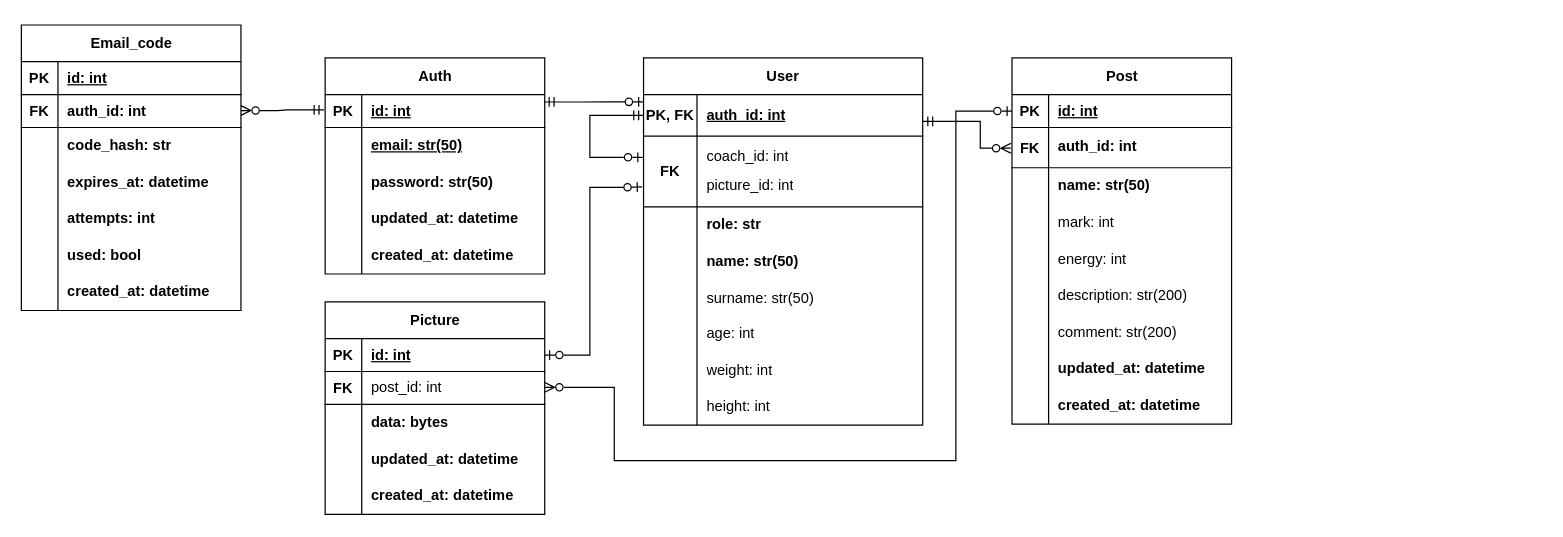
Above: backend/arch/er.drawio in geeno16/mealcoach (draw.io), before the change. Source tidied: cells renumbered, new cells numbered last; positions are measured from the earlier drawing's top-left corner, leaving out a move shared by most shapes. Both pictures are drawn from the tidied source at 122%, with x=0, y=0 at pixel (21, 24).
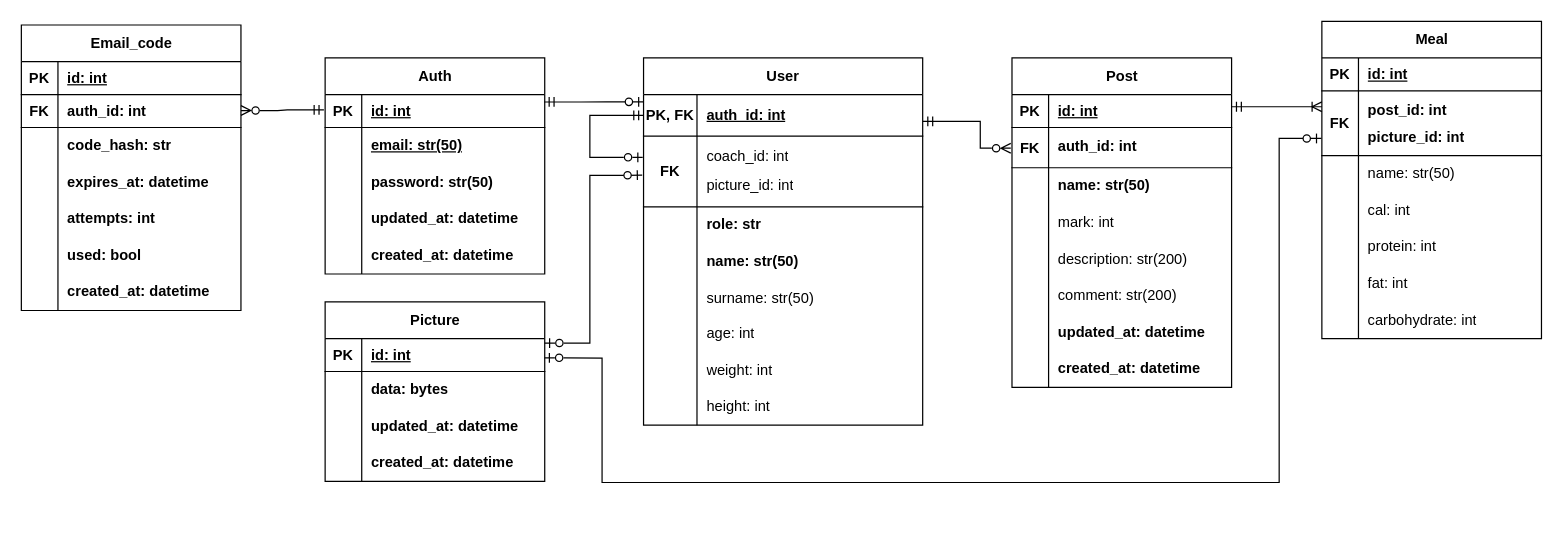
Above is the later version.

The change refers to these unchanged cells:
```xml
<mxCell id="22" style="shape=tableRow;horizontal=0;startSize=0;swimlaneHead=0;swimlaneBody=0;fillColor=none;points=[[0,0.5],[1,0.5]];portConstraint=eastwest;top=0;left=0;right=0;bottom=1;" parent="18" vertex="1">
  <mxGeometry y="64" width="228.8" height="58" as="geometry" />
</mxCell>
<mxCell id="46" style="shape=tableRow;horizontal=0;startSize=0;swimlaneHead=0;swimlaneBody=0;fillColor=none;points=[[0,0.5],[1,0.5]];portConstraint=eastwest;top=0;left=0;right=0;bottom=1;" parent="45" vertex="1">
  <mxGeometry y="30" width="180" height="27" as="geometry" />
</mxCell>
<mxCell id="77" style="shape=tableRow;horizontal=0;startSize=0;swimlaneHead=0;swimlaneBody=0;fillColor=none;points=[[0,0.5],[1,0.5]];portConstraint=eastwest;top=0;left=0;right=0;bottom=1;" parent="76" vertex="1">
  <mxGeometry y="30" width="180" height="27" as="geometry" />
</mxCell>
```

Diff of the diagram source:
```diff
@@
     <mxCell id="45" value="Post" style="shape=table;startSize=30;childLayout=tableLayout;rowLines=0;fontStyle=1;align=center;html=1;fillColor=none;" parent="1" vertex="1">
-      <mxGeometry x="812" y="27" width="180" height="300.1" as="geometry" />
+      <mxGeometry x="812" y="27" width="180" height="270.1" as="geometry" />
     </mxCell>
@@
-    <mxCell id="58" style="shape=tableRow;horizontal=0;startSize=0;swimlaneHead=0;swimlaneBody=0;fillColor=none;top=0;left=0;right=0;bottom=0;" parent="45" vertex="1">
-      <mxGeometry y="150" width="180" height="30" as="geometry" />
-    </mxCell>
-    <mxCell id="59" style="shape=partialRectangle;fillColor=none;top=0;left=0;bottom=0;right=0;overflow=hidden;whiteSpace=wrap;html=1;" parent="58" vertex="1">
-      <mxGeometry width="30" height="30" as="geometry" />
-    </mxCell>
-    <mxCell id="60" value="&lt;span style=&quot;caret-color: rgb(0, 0, 0); color: rgb(0, 0, 0); font-family: Helvetica; font-size: 12px; font-style: normal; font-variant-caps: normal; letter-spacing: normal; orphans: 2; text-align: left; text-indent: 0px; text-transform: none; white-space: normal; widows: 2; word-spacing: 0px; -webkit-text-stroke-width: 0px; text-decoration: none; float: none; display: inline !important;&quot;&gt;energy: int&lt;/span&gt;" style="shape=partialRectangle;fillColor=none;top=0;left=0;bottom=0;right=0;align=left;spacingLeft=6;overflow=hidden;whiteSpace=wrap;html=1;" parent="58" vertex="1">
-      <mxGeometry x="30" width="150" height="30" as="geometry" />
-    </mxCell>
     <mxCell id="61" style="shape=tableRow;horizontal=0;startSize=0;swimlaneHead=0;swimlaneBody=0;fillColor=none;top=0;left=0;right=0;bottom=0;" parent="45" vertex="1">
-      <mxGeometry y="180" width="180" height="30" as="geometry" />
+      <mxGeometry y="150" width="180" height="30" as="geometry" />
     </mxCell>
@@
     <mxCell id="64" style="shape=tableRow;horizontal=0;startSize=0;swimlaneHead=0;swimlaneBody=0;fillColor=none;top=0;left=0;right=0;bottom=0;" parent="45" vertex="1">
-      <mxGeometry y="210" width="180" height="30" as="geometry" />
+      <mxGeometry y="180" width="180" height="30" as="geometry" />
     </mxCell>
@@
     <mxCell id="67" style="shape=tableRow;horizontal=0;startSize=0;swimlaneHead=0;swimlaneBody=0;fillColor=none;top=0;left=0;right=0;bottom=0;" parent="45" vertex="1">
-      <mxGeometry y="240" width="180" height="30" as="geometry" />
+      <mxGeometry y="210" width="180" height="30" as="geometry" />
     </mxCell>
@@
     <mxCell id="70" style="shape=tableRow;horizontal=0;startSize=0;swimlaneHead=0;swimlaneBody=0;fillColor=none;top=0;left=0;right=0;bottom=0;" parent="45" vertex="1">
-      <mxGeometry y="270" width="180" height="30" as="geometry" />
+      <mxGeometry y="240" width="180" height="30" as="geometry" />
     </mxCell>
@@
     <mxCell id="76" value="Picture" style="shape=table;startSize=30;childLayout=tableLayout;rowLines=0;fontStyle=1;align=center;html=1;fillColor=none;" parent="1" vertex="1">
-      <mxGeometry x="249" y="227" width="180" height="174.1" as="geometry" />
+      <mxGeometry x="249" y="227" width="180" height="147.1" as="geometry" />
     </mxCell>
@@
-    <mxCell id="80" style="shape=tableRow;horizontal=0;startSize=0;swimlaneHead=0;swimlaneBody=0;fillColor=none;top=0;left=0;right=0;bottom=1;" parent="76" vertex="1">
-      <mxGeometry y="57" width="180" height="27" as="geometry" />
-    </mxCell>
-    <mxCell id="81" value="FK" style="shape=partialRectangle;fillColor=none;top=0;left=0;bottom=0;right=0;fontStyle=1;overflow=hidden;whiteSpace=wrap;html=1;" parent="80" vertex="1">
-      <mxGeometry width="30" height="27" as="geometry" />
-    </mxCell>
-    <mxCell id="82" style="shape=partialRectangle;fillColor=none;top=0;left=0;bottom=0;right=0;align=left;spacingLeft=6;fontStyle=5;overflow=hidden;whiteSpace=wrap;html=1;" parent="80" vertex="1">
-      <mxGeometry x="30" width="150" height="27" as="geometry" />
-    </mxCell>
     <mxCell id="83" style="shape=tableRow;horizontal=0;startSize=0;swimlaneHead=0;swimlaneBody=0;fillColor=none;top=0;left=0;right=0;bottom=0;" parent="76" vertex="1">
-      <mxGeometry y="84" width="180" height="30" as="geometry" />
+      <mxGeometry y="57" width="180" height="30" as="geometry" />
     </mxCell>
@@
     <mxCell id="86" style="shape=tableRow;horizontal=0;startSize=0;swimlaneHead=0;swimlaneBody=0;fillColor=none;top=0;left=0;right=0;bottom=0;" parent="76" vertex="1">
-      <mxGeometry y="114" width="180" height="30" as="geometry" />
+      <mxGeometry y="87" width="180" height="30" as="geometry" />
     </mxCell>
@@
     <mxCell id="89" style="shape=tableRow;horizontal=0;startSize=0;swimlaneHead=0;swimlaneBody=0;fillColor=none;top=0;left=0;right=0;bottom=0;" parent="76" vertex="1">
-      <mxGeometry y="144" width="180" height="30" as="geometry" />
+      <mxGeometry y="117" width="180" height="30" as="geometry" />
     </mxCell>
@@
-    <mxCell id="93" style="edgeStyle=orthogonalEdgeStyle;fontSize=12;html=1;endArrow=ERzeroToOne;endFill=1;rounded=0;startArrow=ERzeroToOne;startFill=0;entryX=-0.005;entryY=0.72;entryDx=0;entryDy=0;entryPerimeter=0;exitX=1;exitY=0.5;exitDx=0;exitDy=0;" parent="1" edge="1" source="77" target="22">
+    <mxCell id="93" style="edgeStyle=orthogonalEdgeStyle;fontSize=12;html=1;endArrow=ERzeroToOne;endFill=1;rounded=0;startArrow=ERzeroToOne;startFill=0;entryX=-0.005;entryY=0.72;entryDx=0;entryDy=0;entryPerimeter=0;exitX=1;exitY=0.5;exitDx=0;exitDy=0;" parent="1" edge="1">
       <mxGeometry relative="1" as="geometry">
+        <mxPoint x="429" y="260.7" as="sourcePoint" />
+        <mxPoint x="508.9" y="123" as="targetPoint" />
         <Array as="points">
-          <mxPoint x="466" y="271" />
-          <mxPoint x="466" y="133" />
-          <mxPoint x="496" y="133" />
+          <mxPoint x="466" y="261.2" />
+          <mxPoint x="466" y="123.2" />
+          <mxPoint x="496" y="123.2" />
         </Array>
       </mxGeometry>
     </mxCell>
-    <mxCell id="94" value="post_id: int" style="shape=partialRectangle;fillColor=none;top=0;left=0;bottom=0;right=0;align=left;spacingLeft=6;overflow=hidden;whiteSpace=wrap;html=1;" parent="1" vertex="1">
-      <mxGeometry x="279" y="287" width="150" height="20" as="geometry" />
-    </mxCell>
-    <mxCell id="95" style="edgeStyle=orthogonalEdgeStyle;fontSize=12;html=1;endArrow=ERzeroToMany;endFill=0;rounded=0;startArrow=ERzeroToOne;startFill=0;exitX=0;exitY=0.5;exitDx=0;exitDy=0;" parent="1" edge="1" source="46">
-      <mxGeometry relative="1" as="geometry">
-        <mxPoint x="429" y="297" as="targetPoint" />
-        <Array as="points">
-          <mxPoint x="766" y="70" />
-          <mxPoint x="766" y="357" />
-          <mxPoint x="486" y="357" />
-          <mxPoint x="486" y="297" />
-        </Array>
-      </mxGeometry>
-    </mxCell>
@@
+    <mxCell id="121" value="Meal" style="shape=table;startSize=30;childLayout=tableLayout;rowLines=0;fontStyle=1;align=center;html=1;fillColor=none;" parent="1" vertex="1">
+      <mxGeometry x="1066" y="-3" width="180" height="260.1" as="geometry" />
+    </mxCell>
+    <mxCell id="122" style="shape=tableRow;horizontal=0;startSize=0;swimlaneHead=0;swimlaneBody=0;fillColor=none;top=0;left=0;right=0;bottom=1;" parent="121" vertex="1">
+      <mxGeometry y="30" width="180" height="27" as="geometry" />
+    </mxCell>
+    <mxCell id="123" value="PK" style="shape=partialRectangle;fillColor=none;top=0;left=0;bottom=0;right=0;fontStyle=1;overflow=hidden;whiteSpace=wrap;html=1;" parent="122" vertex="1">
+      <mxGeometry width="30" height="27" as="geometry" />
+    </mxCell>
+    <mxCell id="124" value="id: int" style="shape=partialRectangle;fillColor=none;top=0;left=0;bottom=0;right=0;align=left;spacingLeft=6;fontStyle=5;overflow=hidden;whiteSpace=wrap;html=1;" parent="122" vertex="1">
+      <mxGeometry x="30" width="150" height="27" as="geometry" />
+    </mxCell>
+    <mxCell id="125" style="shape=tableRow;horizontal=0;startSize=0;swimlaneHead=0;swimlaneBody=0;fillColor=none;top=0;left=0;right=0;bottom=1;" parent="121" vertex="1">
+      <mxGeometry y="57" width="180" height="53" as="geometry" />
+    </mxCell>
+    <mxCell id="81" value="FK" style="shape=partialRectangle;fillColor=none;top=0;left=0;bottom=0;right=0;fontStyle=1;overflow=hidden;whiteSpace=wrap;html=1;" parent="125" vertex="1">
+      <mxGeometry width="30" height="53" as="geometry" />
+    </mxCell>
+    <mxCell id="126" style="shape=partialRectangle;fillColor=none;top=0;left=0;bottom=0;right=0;align=left;spacingLeft=6;fontStyle=5;overflow=hidden;whiteSpace=wrap;html=1;" parent="125" vertex="1">
+      <mxGeometry x="30" width="150" height="53" as="geometry" />
+    </mxCell>
+    <mxCell id="127" style="shape=tableRow;horizontal=0;startSize=0;swimlaneHead=0;swimlaneBody=0;fillColor=none;top=0;left=0;right=0;bottom=0;" parent="121" vertex="1">
+      <mxGeometry y="110" width="180" height="30" as="geometry" />
+    </mxCell>
+    <mxCell id="128" style="shape=partialRectangle;fillColor=none;top=0;left=0;bottom=0;right=0;overflow=hidden;whiteSpace=wrap;html=1;" parent="127" vertex="1">
+      <mxGeometry width="30" height="30" as="geometry" />
+    </mxCell>
+    <mxCell id="129" value="name: str(50)" style="shape=partialRectangle;fillColor=none;top=0;left=0;bottom=0;right=0;align=left;spacingLeft=6;overflow=hidden;whiteSpace=wrap;html=1;" parent="127" vertex="1">
+      <mxGeometry x="30" width="150" height="30" as="geometry" />
+    </mxCell>
+    <mxCell id="130" style="shape=tableRow;horizontal=0;startSize=0;swimlaneHead=0;swimlaneBody=0;fillColor=none;top=0;left=0;right=0;bottom=0;" parent="121" vertex="1">
+      <mxGeometry y="140" width="180" height="30" as="geometry" />
+    </mxCell>
+    <mxCell id="131" style="shape=partialRectangle;fillColor=none;top=0;left=0;bottom=0;right=0;overflow=hidden;whiteSpace=wrap;html=1;" parent="130" vertex="1">
+      <mxGeometry width="30" height="30" as="geometry" />
+    </mxCell>
+    <mxCell id="132" value="&lt;span style=&quot;caret-color: rgb(0, 0, 0); color: rgb(0, 0, 0); font-family: Helvetica; font-size: 12px; font-style: normal; font-variant-caps: normal; letter-spacing: normal; orphans: 2; text-align: left; text-indent: 0px; text-transform: none; white-space: normal; widows: 2; word-spacing: 0px; -webkit-text-stroke-width: 0px; text-decoration: none; float: none; display: inline !important;&quot;&gt;cal: int&lt;/span&gt;" style="shape=partialRectangle;fillColor=none;top=0;left=0;bottom=0;right=0;align=left;spacingLeft=6;overflow=hidden;whiteSpace=wrap;html=1;" parent="130" vertex="1">
+      <mxGeometry x="30" width="150" height="30" as="geometry" />
+    </mxCell>
+    <mxCell id="133" style="shape=tableRow;horizontal=0;startSize=0;swimlaneHead=0;swimlaneBody=0;fillColor=none;top=0;left=0;right=0;bottom=0;" parent="121" vertex="1">
+      <mxGeometry y="170" width="180" height="30" as="geometry" />
+    </mxCell>
+    <mxCell id="134" style="shape=partialRectangle;fillColor=none;top=0;left=0;bottom=0;right=0;overflow=hidden;whiteSpace=wrap;html=1;" parent="133" vertex="1">
+      <mxGeometry width="30" height="30" as="geometry" />
+    </mxCell>
+    <mxCell id="135" value="protein: int" style="shape=partialRectangle;fillColor=none;top=0;left=0;bottom=0;right=0;align=left;spacingLeft=6;overflow=hidden;whiteSpace=wrap;html=1;" parent="133" vertex="1">
+      <mxGeometry x="30" width="150" height="30" as="geometry" />
+    </mxCell>
+    <mxCell id="136" style="shape=tableRow;horizontal=0;startSize=0;swimlaneHead=0;swimlaneBody=0;fillColor=none;top=0;left=0;right=0;bottom=0;" parent="121" vertex="1">
+      <mxGeometry y="200" width="180" height="30" as="geometry" />
+    </mxCell>
+    <mxCell id="137" style="shape=partialRectangle;fillColor=none;top=0;left=0;bottom=0;right=0;overflow=hidden;whiteSpace=wrap;html=1;" parent="136" vertex="1">
+      <mxGeometry width="30" height="30" as="geometry" />
+    </mxCell>
+    <mxCell id="138" value="fat: int" style="shape=partialRectangle;fillColor=none;top=0;left=0;bottom=0;right=0;align=left;spacingLeft=6;overflow=hidden;whiteSpace=wrap;html=1;" parent="136" vertex="1">
+      <mxGeometry x="30" width="150" height="30" as="geometry" />
+    </mxCell>
+    <mxCell id="139" style="shape=tableRow;horizontal=0;startSize=0;swimlaneHead=0;swimlaneBody=0;fillColor=none;top=0;left=0;right=0;bottom=0;" parent="121" vertex="1">
+      <mxGeometry y="230" width="180" height="30" as="geometry" />
+    </mxCell>
+    <mxCell id="140" style="shape=partialRectangle;fillColor=none;top=0;left=0;bottom=0;right=0;overflow=hidden;whiteSpace=wrap;html=1;" parent="139" vertex="1">
+      <mxGeometry width="30" height="30" as="geometry" />
+    </mxCell>
+    <mxCell id="141" value="carbohydrate: int" style="shape=partialRectangle;fillColor=none;top=0;left=0;bottom=0;right=0;align=left;spacingLeft=6;overflow=hidden;whiteSpace=wrap;html=1;" parent="139" vertex="1">
+      <mxGeometry x="30" width="150" height="30" as="geometry" />
+    </mxCell>
+    <mxCell id="94" value="&lt;b&gt;post_id: int&lt;/b&gt;" style="shape=partialRectangle;fillColor=none;top=0;left=0;bottom=0;right=0;align=left;spacingLeft=6;overflow=hidden;whiteSpace=wrap;html=1;" parent="1" vertex="1">
+      <mxGeometry x="1096" y="53" width="150" height="34" as="geometry" />
+    </mxCell>
+    <mxCell id="142" style="edgeStyle=entityRelationEdgeStyle;fontSize=12;html=1;endArrow=ERoneToMany;endFill=0;rounded=0;startArrow=ERmandOne;startFill=0;exitX=0.998;exitY=0.226;exitDx=0;exitDy=0;exitPerimeter=0;" parent="1" edge="1">
+      <mxGeometry relative="1" as="geometry">
+        <mxPoint x="992" y="67" as="sourcePoint" />
+        <mxPoint x="1066" y="67" as="targetPoint" />
+      </mxGeometry>
+    </mxCell>
+    <mxCell id="143" value="&lt;b&gt;picture_id: int&lt;/b&gt;" style="shape=partialRectangle;fillColor=none;top=0;left=0;bottom=0;right=0;align=left;spacingLeft=6;overflow=hidden;whiteSpace=wrap;html=1;" parent="1" vertex="1">
+      <mxGeometry x="1096" y="77" width="150" height="30" as="geometry" />
+    </mxCell>
+    <mxCell id="144" style="edgeStyle=orthogonalEdgeStyle;fontSize=12;html=1;endArrow=ERzeroToOne;endFill=1;rounded=0;startArrow=ERzeroToOne;startFill=0;entryX=-0.002;entryY=0.721;entryDx=0;entryDy=0;entryPerimeter=0;exitX=0.999;exitY=0.586;exitDx=0;exitDy=0;exitPerimeter=0;" parent="1" edge="1" source="77">
+      <mxGeometry relative="1" as="geometry">
+        <mxPoint x="1065.6" y="93" as="targetPoint" />
+        <Array as="points">
+          <mxPoint x="446" y="273" />
+          <mxPoint x="476" y="273" />
+          <mxPoint x="476" y="375" />
+          <mxPoint x="1031" y="375" />
+          <mxPoint x="1031" y="93" />
+        </Array>
+      </mxGeometry>
+    </mxCell>
```
